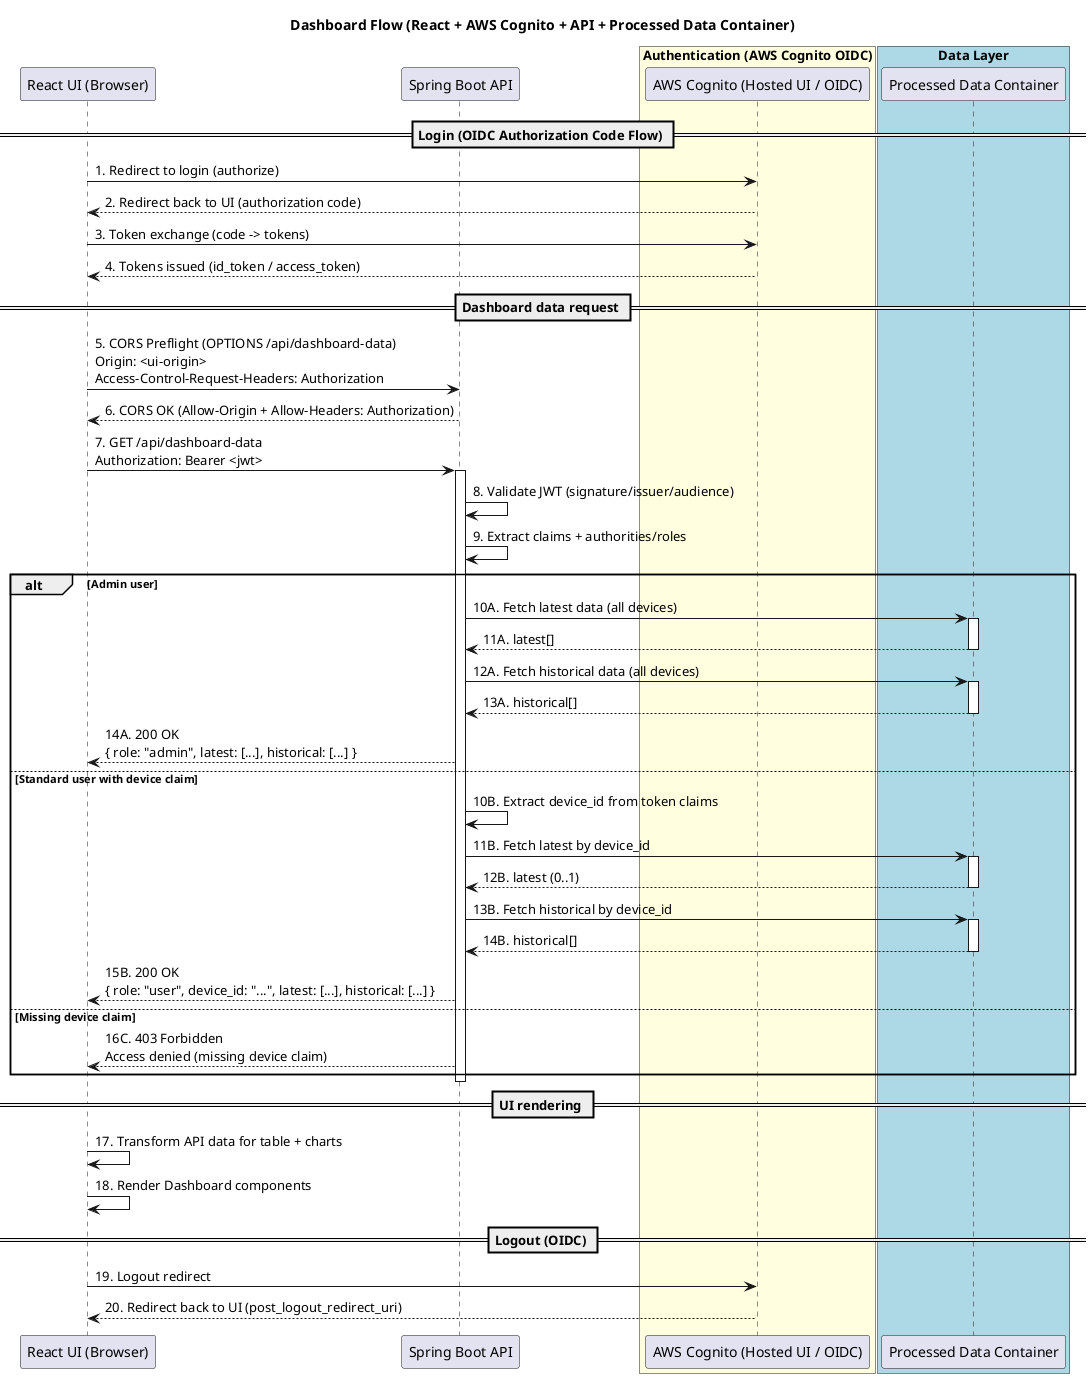
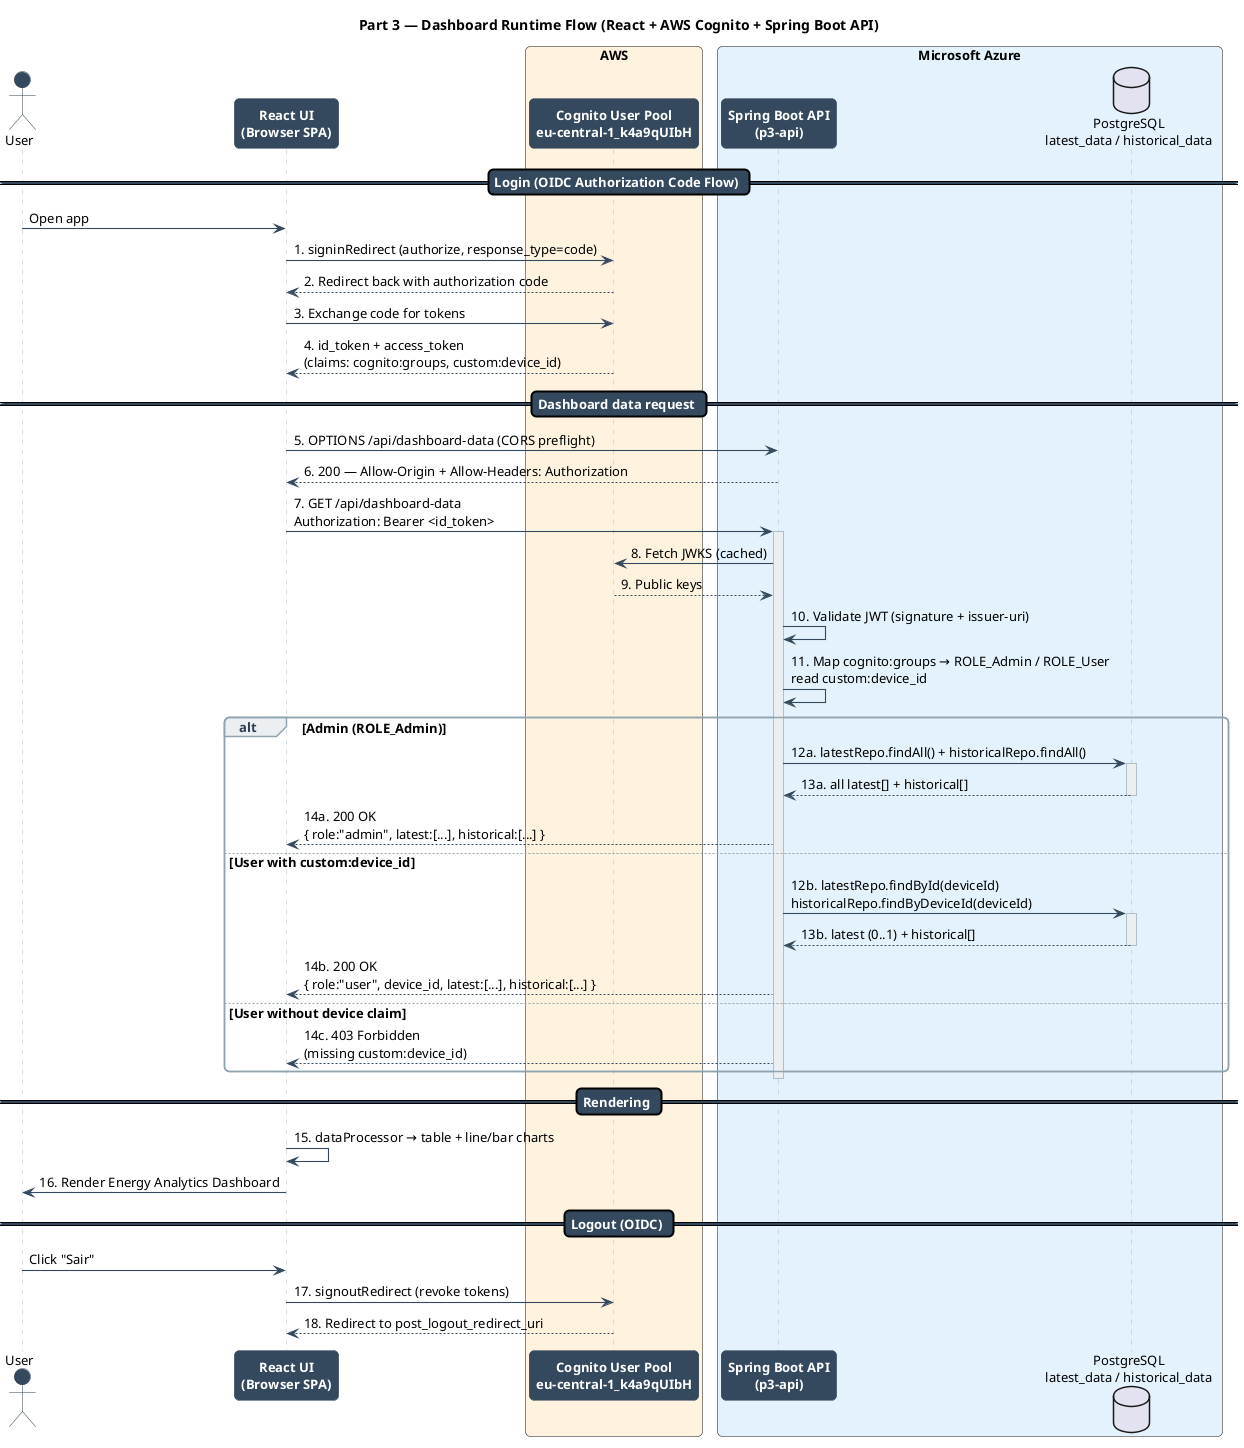
@startuml
+ title Part 3 — Dashboard Runtime Flow (React + AWS Cognito + Spring Boot API)

- title Dashboard Flow (React + AWS Cognito + API + Processed Data Container)
+ skinparam backgroundColor #FFFFFF
+ skinparam shadowing false
+ skinparam defaultFontName "Helvetica Neue"
+ skinparam defaultFontSize 13
+ skinparam roundCorner 10
+ skinparam ArrowColor #34495E
+ skinparam ArrowThickness 1.1
+ skinparam sequence {
+   ParticipantBackgroundColor #34495E
+   ParticipantBorderColor #2C3E50
+   ParticipantFontColor #FFFFFF
+   ParticipantFontStyle bold
+   ActorBackgroundColor #34495E
+   ActorBorderColor #2C3E50
+   LifeLineBorderColor #B0BEC5
+   LifeLineBackgroundColor #ECEFF1
+   GroupBackgroundColor #ECEFF1
+   GroupBorderColor #90A4AE
+   GroupHeaderFontColor #2C3E50
+   DividerBackgroundColor #34495E
+   DividerFontColor #FFFFFF
+ }

- participant UI as "React UI (Browser)"
- participant API as "Spring Boot API"
+ actor User

- box "Authentication (AWS Cognito OIDC)" #LightYellow
- participant Cognito as "AWS Cognito (Hosted UI / OIDC)"
+ participant UI as "React UI\n(Browser SPA)"
+ 
+ box "AWS" #FFF3E0
+   participant Cognito as "Cognito User Pool\neu-central-1_k4a9qUIbH"
end box

- box "Data Layer" #LightBlue
- participant Processed as "Processed Data Container"
+ box "Microsoft Azure" #E3F2FD
+   participant API as "Spring Boot API\n(p3-api)"
+   database DB as "PostgreSQL\nlatest_data / historical_data"
end box

== Login (OIDC Authorization Code Flow) ==
- UI -> Cognito: 1. Redirect to login (authorize)
- Cognito --> UI: 2. Redirect back to UI (authorization code)
- UI -> Cognito: 3. Token exchange (code -> tokens)
- Cognito --> UI: 4. Tokens issued (id_token / access_token)
+ User -> UI: Open app
+ UI -> Cognito: 1. signinRedirect (authorize, response_type=code)
+ Cognito --> UI: 2. Redirect back with authorization code
+ UI -> Cognito: 3. Exchange code for tokens
+ Cognito --> UI: 4. id_token + access_token\n(claims: cognito:groups, custom:device_id)

== Dashboard data request ==
- UI -> API: 5. CORS Preflight (OPTIONS /api/dashboard-data)\nOrigin: <ui-origin>\nAccess-Control-Request-Headers: Authorization
- API --> UI: 6. CORS OK (Allow-Origin + Allow-Headers: Authorization)
+ UI -> API: 5. OPTIONS /api/dashboard-data (CORS preflight)
+ API --> UI: 6. 200 — Allow-Origin + Allow-Headers: Authorization

- UI -> API: 7. GET /api/dashboard-data\nAuthorization: Bearer <jwt>
+ UI -> API: 7. GET /api/dashboard-data\nAuthorization: Bearer <id_token>
activate API
+ API -> Cognito: 8. Fetch JWKS (cached)
+ Cognito --> API: 9. Public keys
+ API -> API: 10. Validate JWT (signature + issuer-uri)
+ API -> API: 11. Map cognito:groups → ROLE_Admin / ROLE_User\nread custom:device_id

- API -> API: 8. Validate JWT (signature/issuer/audience)
- API -> API: 9. Extract claims + authorities/roles
+ alt Admin (ROLE_Admin)
+   API -> DB: 12a. latestRepo.findAll() + historicalRepo.findAll()
+   activate DB
+   DB --> API: 13a. all latest[] + historical[]
+   deactivate DB
+   API --> UI: 14a. 200 OK\n{ role:"admin", latest:[...], historical:[...] }

- alt Admin user
-   API -> Processed: 10A. Fetch latest data (all devices)
-   activate Processed
-   Processed --> API: 11A. latest[]
-   deactivate Processed
+ else User with custom:device_id
+   API -> DB: 12b. latestRepo.findById(deviceId)\nhistoricalRepo.findByDeviceId(deviceId)
+   activate DB
+   DB --> API: 13b. latest (0..1) + historical[]
+   deactivate DB
+   API --> UI: 14b. 200 OK\n{ role:"user", device_id, latest:[...], historical:[...] }

-   API -> Processed: 12A. Fetch historical data (all devices)
-   activate Processed
-   Processed --> API: 13A. historical[]
-   deactivate Processed
- 
-   API --> UI: 14A. 200 OK\n{ role: "admin", latest: [...], historical: [...] }
- 
- else Standard user with device claim
-   API -> API: 10B. Extract device_id from token claims
- 
-   API -> Processed: 11B. Fetch latest by device_id
-   activate Processed
-   Processed --> API: 12B. latest (0..1)
-   deactivate Processed
- 
-   API -> Processed: 13B. Fetch historical by device_id
-   activate Processed
-   Processed --> API: 14B. historical[]
-   deactivate Processed
- 
-   API --> UI: 15B. 200 OK\n{ role: "user", device_id: "...", latest: [...], historical: [...] }
- 
- else Missing device claim
-   API --> UI: 16C. 403 Forbidden\nAccess denied (missing device claim)
+ else User without device claim
+   API --> UI: 14c. 403 Forbidden\n(missing custom:device_id)
end
- 
deactivate API

- == UI rendering ==
- UI -> UI: 17. Transform API data for table + charts
- UI -> UI: 18. Render Dashboard components
+ == Rendering ==
+ UI -> UI: 15. dataProcessor → table + line/bar charts
+ UI -> User: 16. Render Energy Analytics Dashboard

== Logout (OIDC) ==
- UI -> Cognito: 19. Logout redirect
- Cognito --> UI: 20. Redirect back to UI (post_logout_redirect_uri)
+ User -> UI: Click "Sair"
+ UI -> Cognito: 17. signoutRedirect (revoke tokens)
+ Cognito --> UI: 18. Redirect to post_logout_redirect_uri

- @enduml+ @enduml
